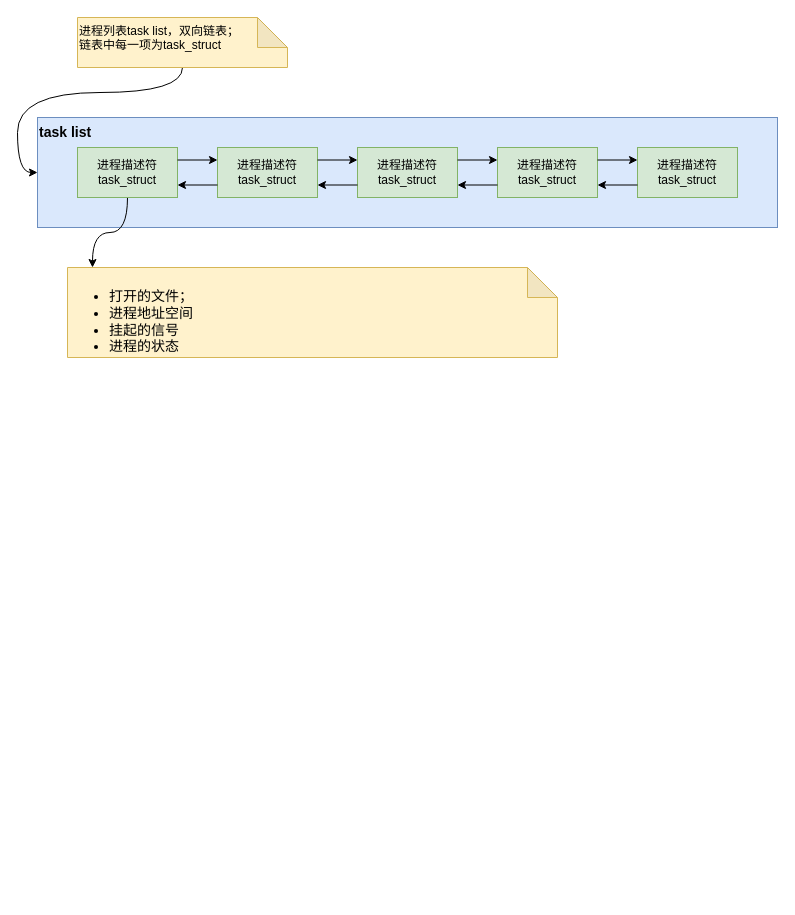
Above: 进程描述符.drawio in JasonZhou89/figurebed (draw.io), before the change. Source tidied: cells renumbered, new cells numbered last; positions are measured from the earlier drawing's top-left corner, leaving out a move shared by most shapes. Both pictures are drawn from the tidied source at 100%, with x=0, y=0 at pixel (37, 17).
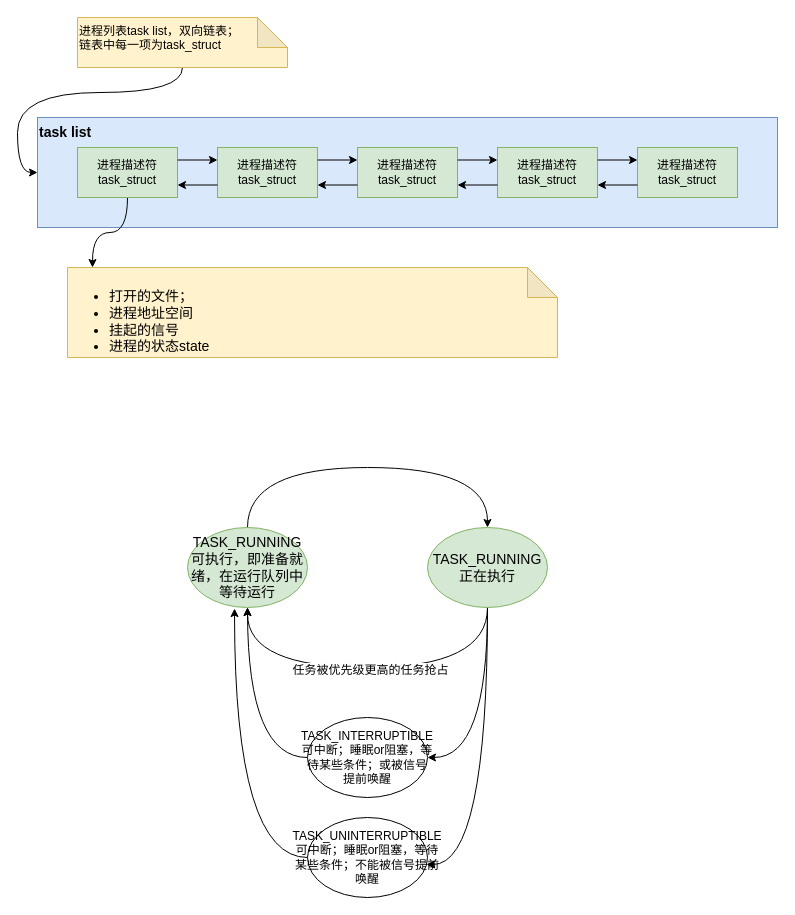
After the change.

Commit message:
Update 进程描述符.drawio

Change to the diagram source:
```diff
@@
-    <mxCell id="22" value="&lt;ul&gt;&lt;li&gt;打开的文件；&lt;/li&gt;&lt;li&gt;进程地址空间&lt;/li&gt;&lt;li&gt;挂起的信号&lt;/li&gt;&lt;li&gt;进程的状态&lt;/li&gt;&lt;/ul&gt;" style="shape=note;whiteSpace=wrap;html=1;backgroundOutline=1;darkOpacity=0.05;fontSize=14;align=left;verticalAlign=top;fillColor=#fff2cc;strokeColor=#d6b656;" parent="1" vertex="1">
+    <mxCell id="22" value="&lt;ul&gt;&lt;li&gt;打开的文件；&lt;/li&gt;&lt;li&gt;进程地址空间&lt;/li&gt;&lt;li&gt;挂起的信号&lt;/li&gt;&lt;li&gt;进程的状态state&lt;/li&gt;&lt;/ul&gt;" style="shape=note;whiteSpace=wrap;html=1;backgroundOutline=1;darkOpacity=0.05;fontSize=14;align=left;verticalAlign=top;fillColor=#fff2cc;strokeColor=#d6b656;" parent="1" vertex="1">
       <mxGeometry x="30" y="250" width="490" height="90" as="geometry" />
     </mxCell>
+    <mxCell id="23" style="edgeStyle=orthogonalEdgeStyle;curved=1;rounded=0;jettySize=auto;html=1;exitX=0.5;exitY=0;exitDx=0;exitDy=0;entryX=0.5;entryY=0;entryDx=0;entryDy=0;fontSize=14;" parent="1" edge="1" source="24" target="29">
+      <mxGeometry relative="1" as="geometry">
+        <Array as="points">
+          <mxPoint x="210" y="450" />
+          <mxPoint x="450" y="450" />
+        </Array>
+      </mxGeometry>
+    </mxCell>
+    <mxCell id="24" value="TASK_RUNNING&lt;br&gt;可执行，即准备就绪，在运行队列中等待运行" style="ellipse;whiteSpace=wrap;html=1;fontSize=14;align=center;verticalAlign=middle;fillColor=#d5e8d4;strokeColor=#82b366;" parent="1" vertex="1">
+      <mxGeometry x="150" y="510" width="120" height="80" as="geometry" />
+    </mxCell>
+    <mxCell id="25" style="edgeStyle=orthogonalEdgeStyle;curved=1;rounded=0;jettySize=auto;html=1;exitX=0.5;exitY=1;exitDx=0;exitDy=0;entryX=0.5;entryY=1;entryDx=0;entryDy=0;fontSize=14;" parent="1" edge="1" source="29" target="24">
+      <mxGeometry relative="1" as="geometry">
+        <Array as="points">
+          <mxPoint x="450" y="650" />
+          <mxPoint x="210" y="650" />
+        </Array>
+      </mxGeometry>
+    </mxCell>
+    <mxCell id="26" value="任务被优先级更高的任务抢占" style="edgeLabel;html=1;align=center;verticalAlign=middle;fontSize=12;" parent="25" vertex="1">
+      <mxGeometry x="-0.01" y="2" relative="1" as="geometry" />
+    </mxCell>
+    <mxCell id="27" style="edgeStyle=orthogonalEdgeStyle;curved=1;rounded=0;jettySize=auto;html=1;exitX=0.5;exitY=1;exitDx=0;exitDy=0;entryX=1;entryY=0.5;entryDx=0;entryDy=0;fontSize=12;" parent="1" edge="1" source="29" target="31">
+      <mxGeometry relative="1" as="geometry" />
+    </mxCell>
+    <mxCell id="28" style="edgeStyle=orthogonalEdgeStyle;curved=1;rounded=0;jettySize=auto;html=1;exitX=0.5;exitY=1;exitDx=0;exitDy=0;entryX=0.992;entryY=0.588;entryDx=0;entryDy=0;entryPerimeter=0;fontSize=12;" parent="1" edge="1" source="29" target="33">
+      <mxGeometry relative="1" as="geometry" />
+    </mxCell>
+    <mxCell id="29" value="TASK_RUNNING&lt;br&gt;正在执行" style="ellipse;whiteSpace=wrap;html=1;fontSize=14;align=center;verticalAlign=middle;fillColor=#d5e8d4;strokeColor=#82b366;" parent="1" vertex="1">
+      <mxGeometry x="390" y="510" width="120" height="80" as="geometry" />
+    </mxCell>
+    <mxCell id="30" style="edgeStyle=orthogonalEdgeStyle;curved=1;rounded=0;jettySize=auto;html=1;exitX=0;exitY=0.5;exitDx=0;exitDy=0;fontSize=12;" parent="1" edge="1" source="31">
+      <mxGeometry relative="1" as="geometry">
+        <mxPoint x="210" y="590" as="targetPoint" />
+      </mxGeometry>
+    </mxCell>
+    <mxCell id="31" value="TASK_INTERRUPTIBLE&lt;br style=&quot;font-size: 12px&quot;&gt;可中断；睡眠or阻塞，等待某些条件；或被信号提前唤醒" style="ellipse;whiteSpace=wrap;html=1;fontSize=12;align=center;verticalAlign=middle;" parent="1" vertex="1">
+      <mxGeometry x="270" y="700" width="120" height="80" as="geometry" />
+    </mxCell>
+    <mxCell id="32" style="edgeStyle=orthogonalEdgeStyle;curved=1;rounded=0;jettySize=auto;html=1;exitX=0;exitY=0.5;exitDx=0;exitDy=0;fontSize=12;entryX=0.392;entryY=1.013;entryDx=0;entryDy=0;entryPerimeter=0;" parent="1" edge="1" source="33" target="24">
+      <mxGeometry relative="1" as="geometry" />
+    </mxCell>
+    <mxCell id="33" value="TASK_UNINTERRUPTIBLE&lt;br style=&quot;font-size: 12px&quot;&gt;可中断；睡眠or阻塞，等待某些条件；不能被信号提前唤醒" style="ellipse;whiteSpace=wrap;html=1;fontSize=12;align=center;verticalAlign=middle;" parent="1" vertex="1">
+      <mxGeometry x="270" y="800" width="120" height="80" as="geometry" />
+    </mxCell>
```
